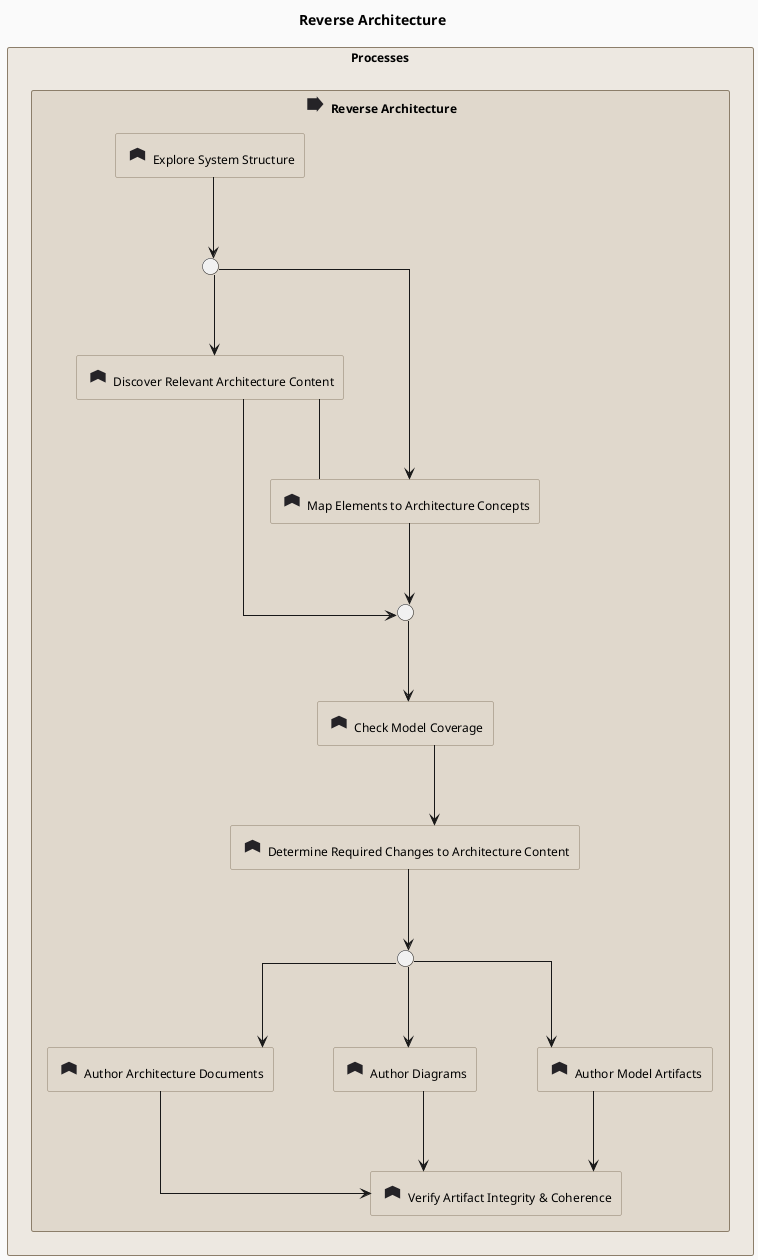
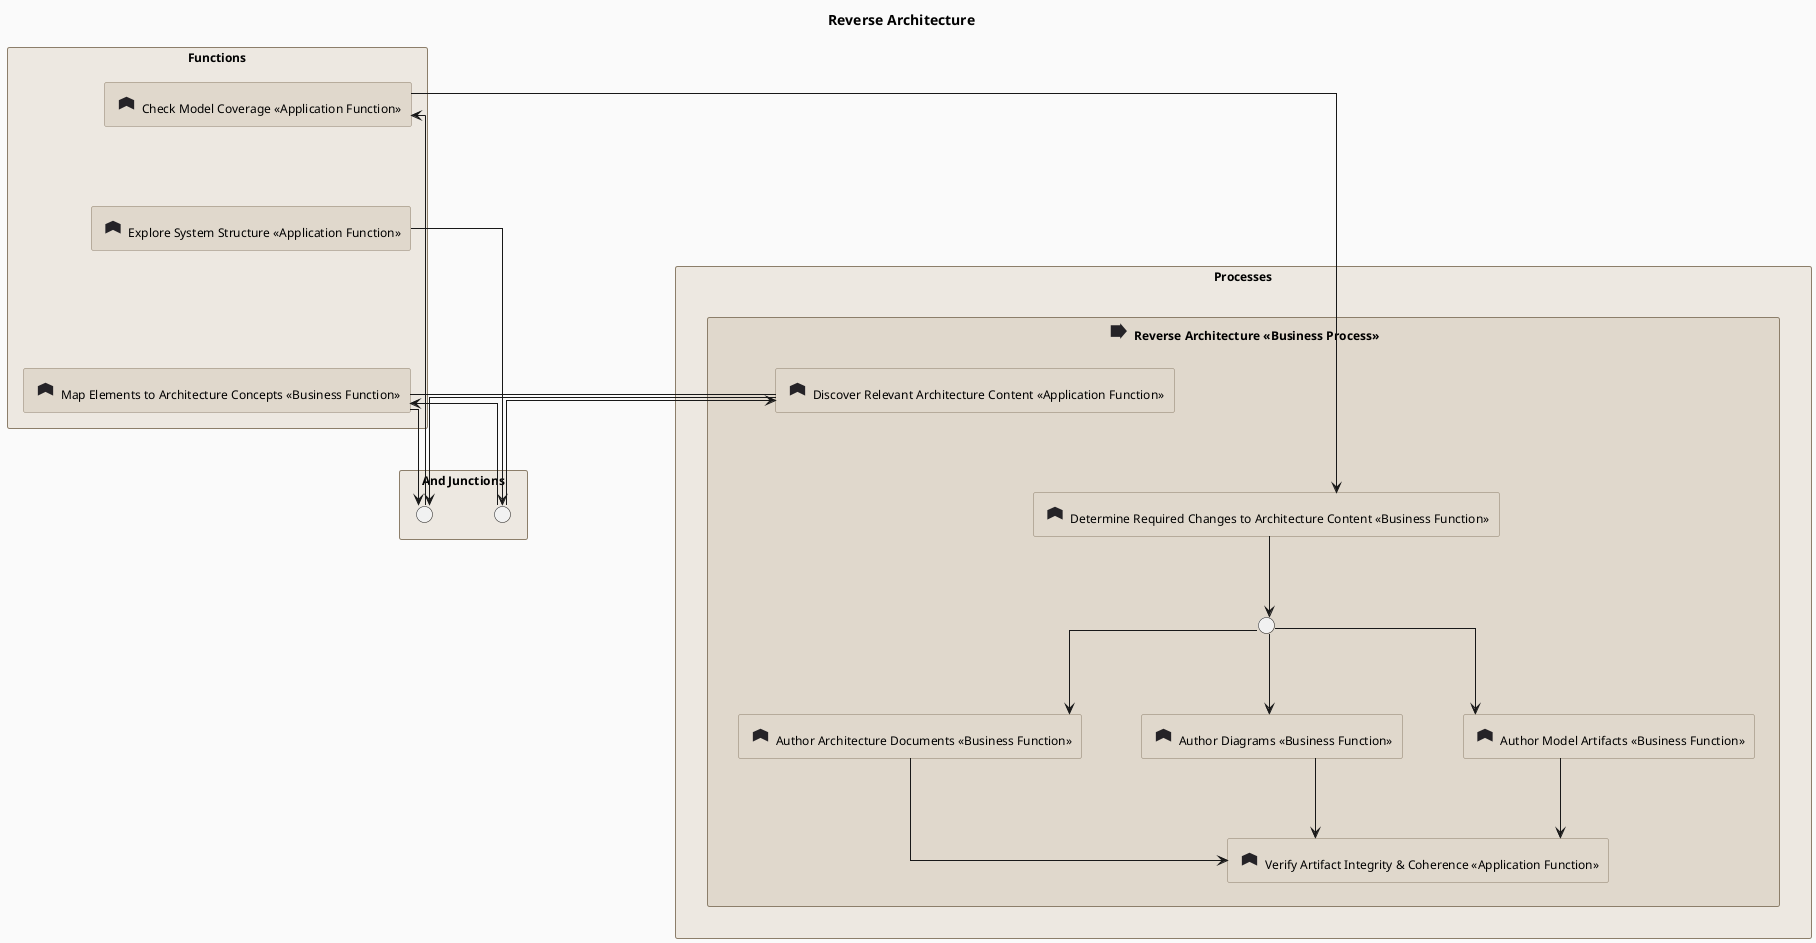
---
artifact-id: ARC@1777470600.cwupfB.reverse-architecture
artifact-type: diagram
name: Reverse Architecture
version: 0.1.0
status: draft
diagram-type: archimate-layered
entity-ids-used:
+ - FNC@1777390445.NGjUCa.verify-artifact-integrity-coherence
+ - FNC@1777390465.SXt2mM.check-model-coverage
+ - FNC@1777390462.erPw5B.explore-system-structure
+ - FNC@1777390444.lLdx12.discover-relevant-architecture-content
+ - FNC@1777390463.oRz6Qe.map-elements-to-architecture-concepts
+ - FNC@1777409722.rkx32U.determine-required-changes-to-architecture-content
- FNC@1777409722.saMRQ0.author-architecture-documents
- FNC@1777390449.uzJGYp.author-diagrams
- FNC@1777390448.yuFXVJ.author-model-artifacts
- - FNC@1777390465.SXt2mM.check-model-coverage
- - FNC@1777409722.rkx32U.determine-required-changes-to-architecture-content
- - FNC@1777390444.lLdx12.discover-relevant-architecture-content
- - FNC@1777390462.erPw5B.explore-system-structure
+ - JNA@1777468802.Ps7rVy.reverse-architecture-join-parallel-model-discovery-archimate-mapping
+ - JNA@1777468790.zGOowi.reverse-architecture-fork-parallel-model-discovery-archimate-mapping
- JNO@1777467627.chqH1_.inclusive-or-for-architecture-work
- - FNC@1777390463.oRz6Qe.map-elements-to-architecture-concepts
- PRC@1777293168.CYgU64.reverse-architecture
- - FNC@1777390445.NGjUCa.verify-artifact-integrity-coherence
- - JNA@1777468790.zGOowi.reverse-architecture-fork-parallel-model-discovery-archimate-mapping
- - JNA@1777468802.Ps7rVy.reverse-architecture-join-parallel-model-discovery-archimate-mapping
connection-ids-used:
- - PRC@1777293168.CYgU64.reverse-architecture---FNC@1777409722.saMRQ0.author-architecture-documents@@archimate-aggregation
- - PRC@1777293168.CYgU64.reverse-architecture---FNC@1777390449.uzJGYp.author-diagrams@@archimate-aggregation
- - PRC@1777293168.CYgU64.reverse-architecture---FNC@1777390448.yuFXVJ.author-model-artifacts@@archimate-aggregation
- - PRC@1777293168.CYgU64.reverse-architecture---FNC@1777390465.SXt2mM.check-model-coverage@@archimate-aggregation
- - FNC@1777390465.SXt2mM.check-model-coverage---FNC@1777409722.rkx32U.determine-required-changes-to-architecture-content@@archimate-triggering
- - PRC@1777293168.CYgU64.reverse-architecture---FNC@1777409722.rkx32U.determine-required-changes-to-architecture-content@@archimate-aggregation
- - PRC@1777293168.CYgU64.reverse-architecture---FNC@1777390444.lLdx12.discover-relevant-architecture-content@@archimate-aggregation
- - PRC@1777293168.CYgU64.reverse-architecture---FNC@1777390462.erPw5B.explore-system-structure@@archimate-aggregation
- - FNC@1777390463.oRz6Qe.map-elements-to-architecture-concepts---FNC@1777390444.lLdx12.discover-relevant-architecture-content@@archimate-association
- - PRC@1777293168.CYgU64.reverse-architecture---FNC@1777390463.oRz6Qe.map-elements-to-architecture-concepts@@archimate-aggregation
- - FNC@1777390448.yuFXVJ.author-model-artifacts---FNC@1777390445.NGjUCa.verify-artifact-integrity-coherence@@archimate-triggering
- - FNC@1777390449.uzJGYp.author-diagrams---FNC@1777390445.NGjUCa.verify-artifact-integrity-coherence@@archimate-triggering
- - FNC@1777409722.saMRQ0.author-architecture-documents---FNC@1777390445.NGjUCa.verify-artifact-integrity-coherence@@archimate-triggering
- - PRC@1777293168.CYgU64.reverse-architecture---FNC@1777390445.NGjUCa.verify-artifact-integrity-coherence@@archimate-aggregation
- - FNC@1777390462.erPw5B.explore-system-structure---JNA@1777468790.zGOowi.reverse-architecture-fork-parallel-model-discovery-archimate-mapping@@archimate-triggering
- - JNA@1777468790.zGOowi.reverse-architecture-fork-parallel-model-discovery-archimate-mapping---FNC@1777390444.lLdx12.discover-relevant-architecture-content@@archimate-triggering
- - JNA@1777468790.zGOowi.reverse-architecture-fork-parallel-model-discovery-archimate-mapping---FNC@1777390463.oRz6Qe.map-elements-to-architecture-concepts@@archimate-triggering
- - FNC@1777390444.lLdx12.discover-relevant-architecture-content---JNA@1777468802.Ps7rVy.reverse-architecture-join-parallel-model-discovery-archimate-mapping@@archimate-triggering
- - FNC@1777390463.oRz6Qe.map-elements-to-architecture-concepts---JNA@1777468802.Ps7rVy.reverse-architecture-join-parallel-model-discovery-archimate-mapping@@archimate-triggering
- - JNA@1777468802.Ps7rVy.reverse-architecture-join-parallel-model-discovery-archimate-mapping---FNC@1777390465.SXt2mM.check-model-coverage@@archimate-triggering
- - FNC@1777409722.rkx32U.determine-required-changes-to-architecture-content---JNO@1777467627.chqH1_.inclusive-or-for-architecture-work@@archimate-triggering
- - JNO@1777467627.chqH1_.inclusive-or-for-architecture-work---FNC@1777390448.yuFXVJ.author-model-artifacts@@archimate-triggering
- - JNO@1777467627.chqH1_.inclusive-or-for-architecture-work---FNC@1777390449.uzJGYp.author-diagrams@@archimate-triggering
- - JNO@1777467627.chqH1_.inclusive-or-for-architecture-work---FNC@1777409722.saMRQ0.author-architecture-documents@@archimate-triggering
- last-updated: '2026-07-05'
+ - FNC@1777390465.SXt2mM---FNC@1777409722.rkx32U@@archimate-triggering
+ - FNC@1777390463.oRz6Qe---FNC@1777390444.lLdx12@@archimate-association
+ - FNC@1777390448.yuFXVJ---FNC@1777390445.NGjUCa@@archimate-triggering
+ - FNC@1777390449.uzJGYp---FNC@1777390445.NGjUCa@@archimate-triggering
+ - FNC@1777409722.saMRQ0---FNC@1777390445.NGjUCa@@archimate-triggering
+ - FNC@1777390462.erPw5B---JNA@1777468790.zGOowi@@archimate-triggering
+ - JNA@1777468790.zGOowi---FNC@1777390444.lLdx12@@archimate-triggering
+ - JNA@1777468790.zGOowi---FNC@1777390463.oRz6Qe@@archimate-triggering
+ - FNC@1777390444.lLdx12---JNA@1777468802.Ps7rVy@@archimate-triggering
+ - FNC@1777390463.oRz6Qe---JNA@1777468802.Ps7rVy@@archimate-triggering
+ - JNA@1777468802.Ps7rVy---FNC@1777390465.SXt2mM@@archimate-triggering
+ - FNC@1777409722.rkx32U---JNO@1777467627.chqH1_@@archimate-triggering
+ - JNO@1777467627.chqH1_---FNC@1777390448.yuFXVJ@@archimate-triggering
+ - JNO@1777467627.chqH1_---FNC@1777390449.uzJGYp@@archimate-triggering
+ - JNO@1777467627.chqH1_---FNC@1777409722.saMRQ0@@archimate-triggering
+ - PRC@1777293168.CYgU64---FNC@1777409722.saMRQ0@@archimate-aggregation
+ - PRC@1777293168.CYgU64---FNC@1777390449.uzJGYp@@archimate-aggregation
+ - PRC@1777293168.CYgU64---FNC@1777390448.yuFXVJ@@archimate-aggregation
+ - PRC@1777293168.CYgU64---FNC@1777409722.rkx32U@@archimate-aggregation
+ - PRC@1777293168.CYgU64---FNC@1777390444.lLdx12@@archimate-aggregation
+ - PRC@1777293168.CYgU64---FNC@1777390445.NGjUCa@@archimate-aggregation
+ last-updated: '2026-07-19'
---
@startuml reverse-architecture
hide stereotype

skinparam defaultFontName "Helvetica Neue, Helvetica, Arial, sans-serif"
skinparam defaultFontSize 12
skinparam shadowing false
skinparam roundcorner 4
skinparam backgroundColor #FAFAFA

skinparam linetype ortho
skinparam nodesep 60
skinparam ranksep 80
!define Rel_Triggering(from, to, label) from --> to
!define Rel_Realization(from, to, label) from ..|> to
!define Rel_Realization_Up(from, to, label) from ..|> to
!define Rel_Serving(from, to, label) from --> to
!define Rel_Association(from, to, label) from -- to
!define Rel_Association_Left(from, to, label) from -- to
!define Rel_Association_Right(from, to, label) from -- to
!define Rel_Access(from, to, label) from ..> to
!define Rel_Influence(from, to, label) from ..> to
skinparam rectangle<<CommonGrouping>> {
  BackgroundColor #EDE8E1
  BorderColor #8C7E6A
}
skinparam rectangle<<function>> {
  BackgroundColor #E0D8CC
  BorderColor #8C7E6A
}
skinparam rectangle<<process>> {
  BackgroundColor #E0D8CC
  BorderColor #8C7E6A
}
sprite $archimate_function <svg xmlns="http://www.w3.org/2000/svg" viewBox="0 0 16 16"><path d="M2.9 11.7V5.4L8 3.1l5.1 2.3v6.3L8 9.2z"  fill="#252327" stroke="none"/></svg>
sprite $archimate_process <svg xmlns="http://www.w3.org/2000/svg" viewBox="0 0 16 16"><path d="M2.6 4.1h6.3V2.8l4.5 5.2-4.5 5.2v-1.3H2.6z"  fill="#252327" stroke="none"/></svg>

top to bottom direction

title Reverse Architecture

rectangle "Processes" <<CommonGrouping>> {
-   rectangle "<$archimate_process{scale=1.5}> Reverse Architecture" <<process>> as PRC_CYgU64 {
-     rectangle "<$archimate_function{scale=1.5}> Author Architecture Documents" <<function>> as FNC_saMRQ0
-     rectangle "<$archimate_function{scale=1.5}> Author Diagrams" <<function>> as FNC_uzJGYp
-     rectangle "<$archimate_function{scale=1.5}> Author Model Artifacts" <<function>> as FNC_yuFXVJ
-     rectangle "<$archimate_function{scale=1.5}> Check Model Coverage" <<function>> as FNC_SXt2mM
-     rectangle "<$archimate_function{scale=1.5}> Determine Required Changes to Architecture Content" <<function>> as FNC_rkx32U
-     rectangle "<$archimate_function{scale=1.5}> Discover Relevant Architecture Content" <<function>> as FNC_lLdx12
-     rectangle "<$archimate_function{scale=1.5}> Explore System Structure" <<function>> as FNC_erPw5B
+   rectangle "<$archimate_process{scale=1.5}> Reverse Architecture «Business Process»" <<process>> as PRC_CYgU64 {
+     rectangle "<$archimate_function{scale=1.5}> Verify Artifact Integrity & Coherence «Application Function»" <<function>> as FNC_NGjUCa
+     rectangle "<$archimate_function{scale=1.5}> Discover Relevant Architecture Content «Application Function»" <<function>> as FNC_lLdx12
+     rectangle "<$archimate_function{scale=1.5}> Determine Required Changes to Architecture Content «Business Function»" <<function>> as FNC_rkx32U
+     rectangle "<$archimate_function{scale=1.5}> Author Architecture Documents «Business Function»" <<function>> as FNC_saMRQ0
+     rectangle "<$archimate_function{scale=1.5}> Author Diagrams «Business Function»" <<function>> as FNC_uzJGYp
+     rectangle "<$archimate_function{scale=1.5}> Author Model Artifacts «Business Function»" <<function>> as FNC_yuFXVJ
    circle " " as JNO_chqH1_
-     rectangle "<$archimate_function{scale=1.5}> Map Elements to Architecture Concepts" <<function>> as FNC_oRz6Qe
-     rectangle "<$archimate_function{scale=1.5}> Verify Artifact Integrity & Coherence" <<function>> as FNC_NGjUCa
-     circle " " as JNA_zGOowi
-     circle " " as JNA_Ps7rVy
-     FNC_erPw5B -[hidden]down- JNA_zGOowi
-     JNA_zGOowi -[hidden]down- FNC_lLdx12
-     FNC_lLdx12 -[hidden]right- FNC_oRz6Qe
-     FNC_oRz6Qe -[hidden]down- JNA_Ps7rVy
-     JNA_Ps7rVy -[hidden]down- FNC_SXt2mM
-     FNC_SXt2mM -[hidden]down- FNC_rkx32U
+     FNC_lLdx12 -[hidden]down- FNC_rkx32U
    FNC_rkx32U -[hidden]down- JNO_chqH1_
    JNO_chqH1_ -[hidden]down- FNC_saMRQ0
    FNC_saMRQ0 -[hidden]right- FNC_uzJGYp
    FNC_uzJGYp -[hidden]right- FNC_yuFXVJ
    FNC_yuFXVJ -[hidden]down- FNC_NGjUCa
-     JNA_zGOowi -[hidden]down- FNC_lLdx12
-     JNA_zGOowi -[hidden]down- FNC_oRz6Qe
-     FNC_lLdx12 -[hidden]down- JNA_Ps7rVy
-     FNC_oRz6Qe -[hidden]down- JNA_Ps7rVy
    JNO_chqH1_ -[hidden]down- FNC_saMRQ0
    JNO_chqH1_ -[hidden]down- FNC_uzJGYp
    JNO_chqH1_ -[hidden]down- FNC_yuFXVJ
  }
}

+ rectangle "Functions" <<CommonGrouping>> {
+   rectangle "<$archimate_function{scale=1.5}> Check Model Coverage «Application Function»" <<function>> as FNC_SXt2mM
+   rectangle "<$archimate_function{scale=1.5}> Explore System Structure «Application Function»" <<function>> as FNC_erPw5B
+   rectangle "<$archimate_function{scale=1.5}> Map Elements to Architecture Concepts «Business Function»" <<function>> as FNC_oRz6Qe
+ }
+ FNC_SXt2mM -[hidden]down- FNC_erPw5B
+ FNC_erPw5B -[hidden]down- FNC_oRz6Qe
+ PRC_CYgU64 -[hidden]down- FNC_SXt2mM
+ 
+ rectangle "And Junctions" <<CommonGrouping>> {
+   circle " " as JNA_Ps7rVy
+   circle " " as JNA_zGOowi
+ }
+ JNA_Ps7rVy -[hidden]right- JNA_zGOowi
+ FNC_oRz6Qe -[hidden]down- JNA_Ps7rVy
+ 
' Connections
- Rel_Triggering(FNC_SXt2mM, FNC_rkx32U, "")
- Rel_Association_Left(FNC_oRz6Qe, FNC_lLdx12, "")
- Rel_Triggering(FNC_yuFXVJ, FNC_NGjUCa, "")
- Rel_Triggering(FNC_uzJGYp, FNC_NGjUCa, "")
- Rel_Triggering(FNC_saMRQ0, FNC_NGjUCa, "")
- Rel_Triggering(FNC_erPw5B, JNA_zGOowi, "")
- Rel_Triggering(JNA_zGOowi, FNC_lLdx12, "")
- Rel_Triggering(JNA_zGOowi, FNC_oRz6Qe, "")
- Rel_Triggering(FNC_lLdx12, JNA_Ps7rVy, "")
- Rel_Triggering(FNC_oRz6Qe, JNA_Ps7rVy, "")
- Rel_Triggering(JNA_Ps7rVy, FNC_SXt2mM, "")
- Rel_Triggering(FNC_rkx32U, JNO_chqH1_, "")
- Rel_Triggering(JNO_chqH1_, FNC_yuFXVJ, "")
- Rel_Triggering(JNO_chqH1_, FNC_uzJGYp, "")
- Rel_Triggering(JNO_chqH1_, FNC_saMRQ0, "")
+ FNC_SXt2mM --> FNC_rkx32U
+ FNC_oRz6Qe -- FNC_lLdx12
+ FNC_yuFXVJ --> FNC_NGjUCa
+ FNC_uzJGYp --> FNC_NGjUCa
+ FNC_saMRQ0 --> FNC_NGjUCa
+ FNC_erPw5B -down-> JNA_zGOowi
+ JNA_zGOowi --> FNC_lLdx12
+ JNA_zGOowi -up-> FNC_oRz6Qe
+ FNC_lLdx12 --> JNA_Ps7rVy
+ FNC_oRz6Qe -down-> JNA_Ps7rVy
+ JNA_Ps7rVy -up-> FNC_SXt2mM
+ FNC_rkx32U --> JNO_chqH1_
+ JNO_chqH1_ --> FNC_yuFXVJ
+ JNO_chqH1_ --> FNC_uzJGYp
+ JNO_chqH1_ --> FNC_saMRQ0

@enduml
